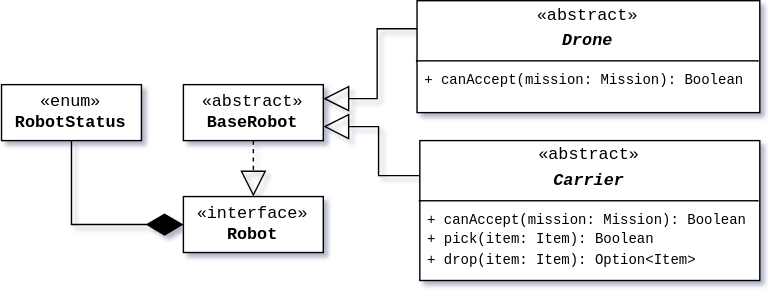
Earlier version of the draw.io export docs/diagrams/robot-2.svg (GitMatt101/PPS-25-Sentinel). Source tidied: cells renumbered, new cells last; positions are measured from the earlier drawing's top-left corner, leaving out a move shared by most shapes.
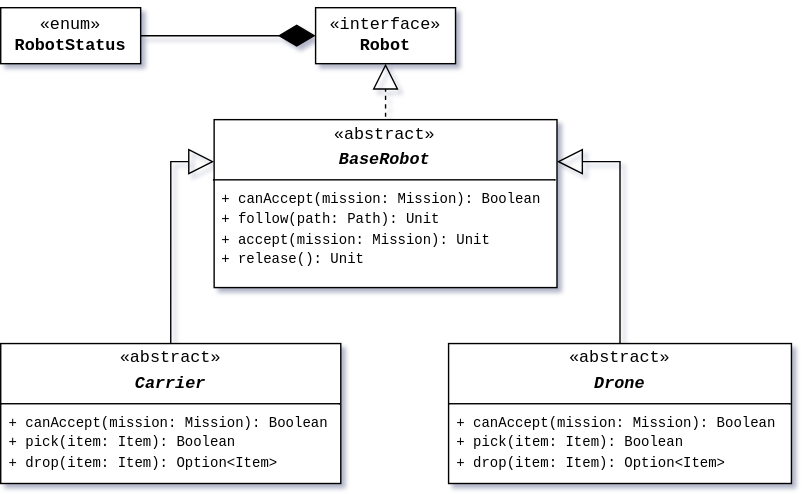
The same file after the commit.

What changed in the source:
```diff
@@ -2,32 +2,34 @@
   <root>
     <mxCell id="0" />
     <mxCell id="1" parent="0" />
-    <mxCell id="2" style="rounded=0;jettySize=auto;html=1;exitX=0.5;exitY=1;exitDx=0;exitDy=0;entryX=0;entryY=0.5;entryDx=0;entryDy=0;endArrow=diamondThin;endFill=1;endSize=24;edgeStyle=orthogonalEdgeStyle;" parent="1" edge="1" source="4" target="3">
+    <mxCell id="2" style="rounded=0;jettySize=auto;html=1;exitX=1;exitY=0.5;exitDx=0;exitDy=0;entryX=0;entryY=0.5;entryDx=0;entryDy=0;endArrow=diamondThin;endFill=1;endSize=24;edgeStyle=orthogonalEdgeStyle;" parent="1" edge="1" source="4" target="3">
       <mxGeometry relative="1" as="geometry" />
     </mxCell>
     <mxCell id="3" value="«interface»&lt;br&gt;&lt;b&gt;Robot&lt;/b&gt;" style="html=1;whiteSpace=wrap;fontFamily=Courier New;textShadow=0;" parent="1" vertex="1">
-      <mxGeometry x="130" y="140" width="100" height="40" as="geometry" />
+      <mxGeometry x="-635" y="-1140" width="100" height="40" as="geometry" />
     </mxCell>
     <mxCell id="4" value="«enum»&lt;br&gt;&lt;b&gt;RobotStatus&lt;/b&gt;" style="html=1;whiteSpace=wrap;fontFamily=Courier New;textShadow=0;" parent="1" vertex="1">
-      <mxGeometry y="60" width="100" height="40" as="geometry" />
+      <mxGeometry x="-860" y="-1140" width="100" height="40" as="geometry" />
     </mxCell>
-    <mxCell id="5" value="«abstract»&lt;br&gt;&lt;div&gt;&lt;b&gt;BaseRobot&lt;/b&gt;&lt;/div&gt;" style="html=1;whiteSpace=wrap;fontFamily=Courier New;textShadow=0;" parent="1" vertex="1">
-      <mxGeometry x="130" y="60" width="100" height="40" as="geometry" />
+    <mxCell id="5" style="edgeStyle=orthogonalEdgeStyle;rounded=0;jettySize=auto;html=1;exitX=0.5;exitY=0;exitDx=0;exitDy=0;entryX=1;entryY=0.25;entryDx=0;entryDy=0;endArrow=block;endFill=0;endSize=16;" parent="1" edge="1" source="9" target="10">
+      <mxGeometry relative="1" as="geometry" />
     </mxCell>
-    <mxCell id="6" style="edgeStyle=orthogonalEdgeStyle;rounded=0;jettySize=auto;html=1;exitX=0;exitY=0.25;exitDx=0;exitDy=0;entryX=1;entryY=0.25;entryDx=0;entryDy=0;endArrow=block;endFill=0;endSize=16;" parent="1" edge="1" source="10" target="5">
+    <mxCell id="6" style="edgeStyle=orthogonalEdgeStyle;rounded=0;jettySize=auto;html=1;exitX=0.5;exitY=0;exitDx=0;exitDy=0;entryX=0;entryY=0.25;entryDx=0;entryDy=0;endArrow=block;endFill=0;endSize=16;" parent="1" edge="1" source="8" target="10">
       <mxGeometry relative="1" as="geometry" />
     </mxCell>
-    <mxCell id="7" style="edgeStyle=orthogonalEdgeStyle;rounded=0;jettySize=auto;html=1;exitX=0;exitY=0.25;exitDx=0;exitDy=0;entryX=1;entryY=0.75;entryDx=0;entryDy=0;endArrow=block;endFill=0;endSize=16;" parent="1" edge="1" source="9" target="5">
-      <mxGeometry relative="1" as="geometry" />
+    <mxCell id="7" style="rounded=0;jettySize=auto;html=1;exitX=0.5;exitY=1;exitDx=0;exitDy=0;dashed=1;endArrow=block;endFill=0;endSize=16;entryX=0.5;entryY=1;entryDx=0;entryDy=0;" parent="1" edge="1" target="3">
+      <mxGeometry relative="1" as="geometry">
+        <mxPoint x="-585" y="-960" as="sourcePoint" />
+      </mxGeometry>
     </mxCell>
-    <mxCell id="8" style="rounded=0;jettySize=auto;html=1;exitX=0.5;exitY=1;exitDx=0;exitDy=0;dashed=1;endArrow=block;endFill=0;endSize=16;entryX=0.5;entryY=0;entryDx=0;entryDy=0;" parent="1" edge="1" source="5" target="3">
-      <mxGeometry relative="1" as="geometry" />
+    <mxCell id="8" value="&lt;p style=&quot;margin:0px;margin-top:4px;text-align:center;&quot;&gt;«abstract»&lt;/p&gt;&lt;p style=&quot;margin:0px;margin-top:4px;text-align:center;&quot;&gt;&lt;b&gt;&lt;i&gt;Carrier&lt;/i&gt;&lt;/b&gt;&lt;/p&gt;&lt;hr size=&quot;1&quot; style=&quot;border-style:solid;&quot;&gt;&lt;div&gt;&lt;font style=&quot;font-size: 10px;&quot;&gt;&amp;nbsp;+ canAccept(mission: Mission): Boolean&lt;/font&gt;&lt;/div&gt;&lt;div&gt;&lt;font style=&quot;font-size: 10px;&quot;&gt;&amp;nbsp;+ pick(item: Item): Boolean&lt;/font&gt;&lt;/div&gt;&lt;div&gt;&lt;font style=&quot;font-size: 10px;&quot;&gt;&amp;nbsp;+ drop(item: Item): Option&amp;lt;Item&amp;gt;&lt;/font&gt;&lt;/div&gt;" style="verticalAlign=top;align=left;overflow=fill;html=1;whiteSpace=wrap;fontFamily=Courier New;" parent="1" vertex="1">
+      <mxGeometry x="-860" y="-900" width="243" height="100" as="geometry" />
     </mxCell>
-    <mxCell id="9" value="&lt;p style=&quot;margin:0px;margin-top:4px;text-align:center;&quot;&gt;«abstract»&lt;/p&gt;&lt;p style=&quot;margin:0px;margin-top:4px;text-align:center;&quot;&gt;&lt;b&gt;&lt;i&gt;Carrier&lt;/i&gt;&lt;/b&gt;&lt;/p&gt;&lt;hr size=&quot;1&quot; style=&quot;border-style:solid;&quot;&gt;&lt;div&gt;&lt;font style=&quot;font-size: 10px;&quot;&gt;&amp;nbsp;+ canAccept(mission: Mission): Boolean&lt;/font&gt;&lt;/div&gt;&lt;div&gt;&lt;font style=&quot;font-size: 10px;&quot;&gt;&amp;nbsp;+ pick(item: Item): Boolean&lt;/font&gt;&lt;/div&gt;&lt;div&gt;&lt;font style=&quot;font-size: 10px;&quot;&gt;&amp;nbsp;+ drop(item: Item): Option&amp;lt;Item&amp;gt;&lt;/font&gt;&lt;/div&gt;" style="verticalAlign=top;align=left;overflow=fill;html=1;whiteSpace=wrap;fontFamily=Courier New;" parent="1" vertex="1">
-      <mxGeometry x="299" y="100" width="243" height="100" as="geometry" />
+    <mxCell id="9" value="&lt;p style=&quot;margin:0px;margin-top:4px;text-align:center;&quot;&gt;«abstract»&lt;/p&gt;&lt;p style=&quot;margin:0px;margin-top:4px;text-align:center;&quot;&gt;&lt;b&gt;&lt;i&gt;Drone&lt;/i&gt;&lt;/b&gt;&lt;/p&gt;&lt;hr size=&quot;1&quot; style=&quot;border-style:solid;&quot;&gt;&lt;div&gt;&lt;font style=&quot;font-size: 10px;&quot;&gt;&amp;nbsp;+ canAccept(mission: Mission): Boolean&lt;/font&gt;&lt;/div&gt;&lt;div&gt;&lt;font style=&quot;font-size: 10px;&quot;&gt;&amp;nbsp;&lt;/font&gt;&lt;font style=&quot;font-size: 10px;&quot;&gt;+ pick(item: Item): Boolean&lt;/font&gt;&lt;div&gt;&lt;font style=&quot;font-size: 10px;&quot;&gt;&amp;nbsp;+ drop(item: Item): Option&amp;lt;Item&amp;gt;&lt;/font&gt;&lt;/div&gt;&lt;/div&gt;&lt;div&gt;&lt;font style=&quot;font-size: 10px;&quot;&gt;&amp;nbsp;&lt;/font&gt;&lt;/div&gt;" style="verticalAlign=top;align=left;overflow=fill;html=1;whiteSpace=wrap;fontFamily=Courier New;" parent="1" vertex="1">
+      <mxGeometry x="-540" y="-900" width="245" height="100" as="geometry" />
     </mxCell>
-    <mxCell id="10" value="&lt;p style=&quot;margin:0px;margin-top:4px;text-align:center;&quot;&gt;«abstract»&lt;/p&gt;&lt;p style=&quot;margin:0px;margin-top:4px;text-align:center;&quot;&gt;&lt;b&gt;&lt;i&gt;Drone&lt;/i&gt;&lt;/b&gt;&lt;/p&gt;&lt;hr size=&quot;1&quot; style=&quot;border-style:solid;&quot;&gt;&lt;div&gt;&lt;font style=&quot;font-size: 10px;&quot;&gt;&amp;nbsp;+ canAccept(mission: Mission): Boolean&lt;/font&gt;&lt;/div&gt;&lt;div&gt;&lt;font style=&quot;font-size: 10px;&quot;&gt;&amp;nbsp;&lt;/font&gt;&lt;/div&gt;" style="verticalAlign=top;align=left;overflow=fill;html=1;whiteSpace=wrap;fontFamily=Courier New;" parent="1" vertex="1">
-      <mxGeometry x="297" width="245" height="80" as="geometry" />
+    <mxCell id="10" value="&lt;p style=&quot;margin:0px;margin-top:4px;text-align:center;&quot;&gt;«abstract»&lt;/p&gt;&lt;p style=&quot;margin:0px;margin-top:4px;text-align:center;&quot;&gt;&lt;b&gt;&lt;i&gt;BaseRobot&lt;/i&gt;&lt;/b&gt;&lt;/p&gt;&lt;hr size=&quot;1&quot; style=&quot;border-style:solid;&quot;&gt;&lt;div&gt;&lt;font style=&quot;font-size: 10px;&quot;&gt;&amp;nbsp;&lt;/font&gt;&lt;font style=&quot;font-size: 10px;&quot;&gt;+ canAccept(mission: Mission): Boolean&lt;/font&gt;&lt;font style=&quot;font-size: 10px;&quot;&gt;&amp;nbsp;&lt;/font&gt;&lt;/div&gt;&lt;div&gt;&lt;font style=&quot;font-size: 10px;&quot;&gt;&amp;nbsp;+ follow(path: Path): Unit&lt;/font&gt;&lt;/div&gt;&lt;div&gt;&lt;font style=&quot;font-size: 10px;&quot;&gt;&amp;nbsp;+ accept(mission: Mission): Unit&lt;/font&gt;&lt;/div&gt;&lt;div&gt;&lt;font style=&quot;font-size: 10px;&quot;&gt;&amp;nbsp;+ release(): Unit&lt;/font&gt;&lt;/div&gt;" style="verticalAlign=top;align=left;overflow=fill;html=1;whiteSpace=wrap;fontFamily=Courier New;" parent="1" vertex="1">
+      <mxGeometry x="-707.5" y="-1060" width="245" height="120" as="geometry" />
     </mxCell>
   </root>
 </mxGraphModel>
```
